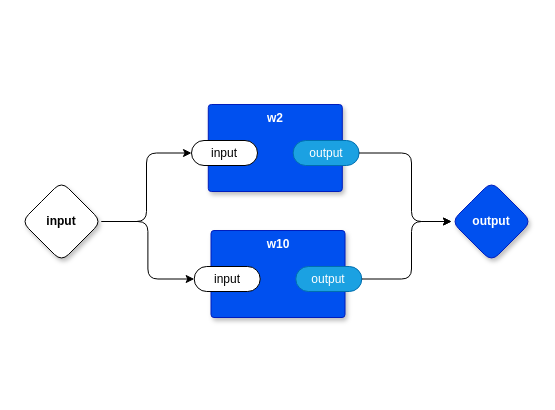
Before: page "parw10w2" (5 of 5) of example.drawio in guitarvydas/odin0d, a draw.io diagram. Source tidied: cells renumbered, new cells numbered last; positions are measured from the earlier drawing's top-left corner, leaving out a move shared by most shapes. Both pictures are drawn from the tidied source at 100%, with x=0, y=0 at pixel (21, 104).
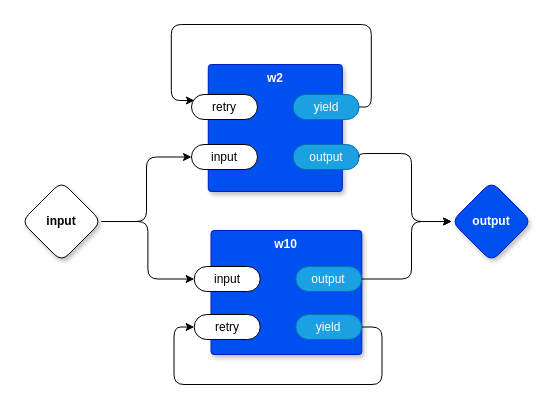
Above is the later version.

What changed in the source:
```diff
@@
     <mxCell id="6" value="w10" style="rounded=1;whiteSpace=wrap;html=1;sketch=0;verticalAlign=top;arcSize=6;fontStyle=1;absoluteArcSize=1;shadow=1;strokeColor=#001DBC;fillColor=#0050ef;fontColor=#ffffff;" parent="1" vertex="1">
-      <mxGeometry x="189.5" y="126" width="134" height="87" as="geometry" />
+      <mxGeometry x="189.5" y="126" width="150.8" height="124" as="geometry" />
     </mxCell>
@@
+    <mxCell id="14" value="retry" style="rounded=1;whiteSpace=wrap;html=1;sketch=0;points=[[0,0.5,0,0,0],[1,0.5,0,0,0]];arcSize=50;" parent="6" vertex="1">
+      <mxGeometry x="-16.8" y="84" width="66" height="25" as="geometry" />
+    </mxCell>
+    <mxCell id="15" style="edgeStyle=orthogonalEdgeStyle;rounded=1;jettySize=auto;html=1;entryX=0;entryY=0.5;entryDx=0;entryDy=0;entryPerimeter=0;" parent="6" edge="1" source="16" target="14">
+      <mxGeometry relative="1" as="geometry">
+        <Array as="points">
+          <mxPoint x="171" y="97" />
+          <mxPoint x="171" y="154" />
+          <mxPoint x="-37" y="154" />
+          <mxPoint x="-37" y="97" />
+        </Array>
+      </mxGeometry>
+    </mxCell>
+    <mxCell id="16" value="yield" style="rounded=1;whiteSpace=wrap;html=1;sketch=0;points=[[0,0.5,0,0,0],[1,0.5,0,0,0]];fillColor=#1ba1e2;fontColor=#ffffff;strokeColor=#006EAF;arcSize=50;" parent="6" vertex="1">
+      <mxGeometry x="84.8" y="84" width="66" height="25" as="geometry" />
+    </mxCell>
@@
     <mxCell id="10" value="w2" style="rounded=1;whiteSpace=wrap;html=1;sketch=0;verticalAlign=top;arcSize=6;fontStyle=1;absoluteArcSize=1;shadow=1;strokeColor=#001DBC;fillColor=#0050ef;fontColor=#ffffff;" parent="1" vertex="1">
-      <mxGeometry x="186.8" width="134" height="87" as="geometry" />
+      <mxGeometry x="186.8" y="-40" width="134" height="127" as="geometry" />
     </mxCell>
     <mxCell id="11" value="input" style="rounded=1;whiteSpace=wrap;html=1;sketch=0;points=[[0,0.5,0,0,0],[1,0.5,0,0,0]];arcSize=50;" parent="10" vertex="1">
-      <mxGeometry x="-16.8" y="36" width="66" height="25" as="geometry" />
+      <mxGeometry x="-16.8" y="80" width="66" height="25" as="geometry" />
     </mxCell>
     <mxCell id="12" value="output" style="rounded=1;whiteSpace=wrap;html=1;sketch=0;points=[[0,0.5,0,0,0],[1,0.5,0,0,0]];fillColor=#1ba1e2;fontColor=#ffffff;strokeColor=#006EAF;arcSize=50;" parent="10" vertex="1">
-      <mxGeometry x="84.8" y="36" width="66" height="25" as="geometry" />
+      <mxGeometry x="84.8" y="80" width="66" height="25" as="geometry" />
     </mxCell>
+    <mxCell id="17" style="edgeStyle=orthogonalEdgeStyle;rounded=1;jettySize=auto;html=1;entryX=0.045;entryY=0.24;entryDx=0;entryDy=0;entryPerimeter=0;" parent="10" edge="1" source="18" target="19">
+      <mxGeometry relative="1" as="geometry">
+        <Array as="points">
+          <mxPoint x="163" y="43" />
+          <mxPoint x="163" y="-40" />
+          <mxPoint x="-37" y="-40" />
+          <mxPoint x="-37" y="36" />
+        </Array>
+      </mxGeometry>
+    </mxCell>
+    <mxCell id="18" value="yield" style="rounded=1;whiteSpace=wrap;html=1;sketch=0;points=[[0,0.5,0,0,0],[1,0.5,0,0,0]];fillColor=#1ba1e2;fontColor=#ffffff;strokeColor=#006EAF;arcSize=50;" parent="10" vertex="1">
+      <mxGeometry x="84.8" y="30" width="66" height="25" as="geometry" />
+    </mxCell>
+    <mxCell id="19" value="retry" style="rounded=1;whiteSpace=wrap;html=1;sketch=0;points=[[0,0.5,0,0,0],[1,0.5,0,0,0]];arcSize=50;" parent="10" vertex="1">
+      <mxGeometry x="-16.8" y="30" width="66" height="25" as="geometry" />
+    </mxCell>
```
